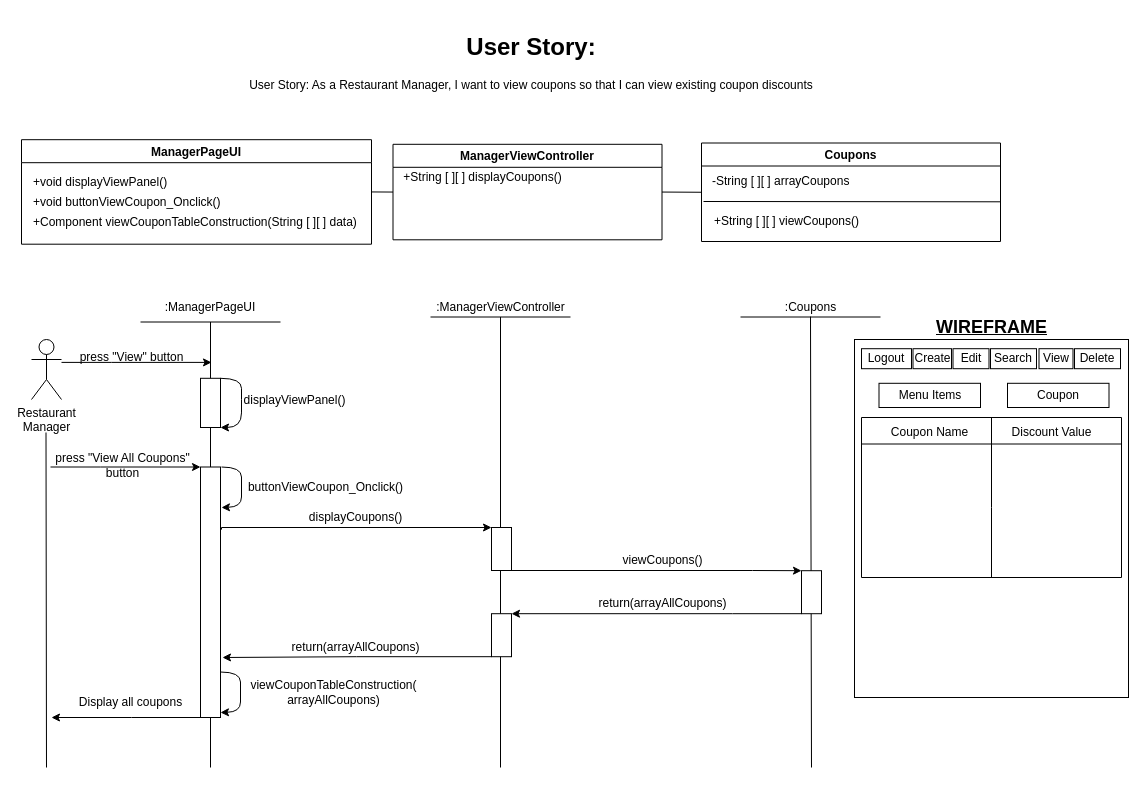
The draw.io diagram BCE_UML_and_Diagrams/RestaurantManager/RestaurantManager_ViewCoupons(#422)/UserStory#422_ViewCoupon.drawio in extred5700/JAVAGUI-Restaurant-Table-Order-System, before the edit. Source tidied: cells renumbered, new cells numbered last; positions are measured from the earlier drawing's top-left corner, leaving out a move shared by most shapes. Both pictures are drawn from the tidied source at 100%, with x=0, y=0 at pixel (21, 27).
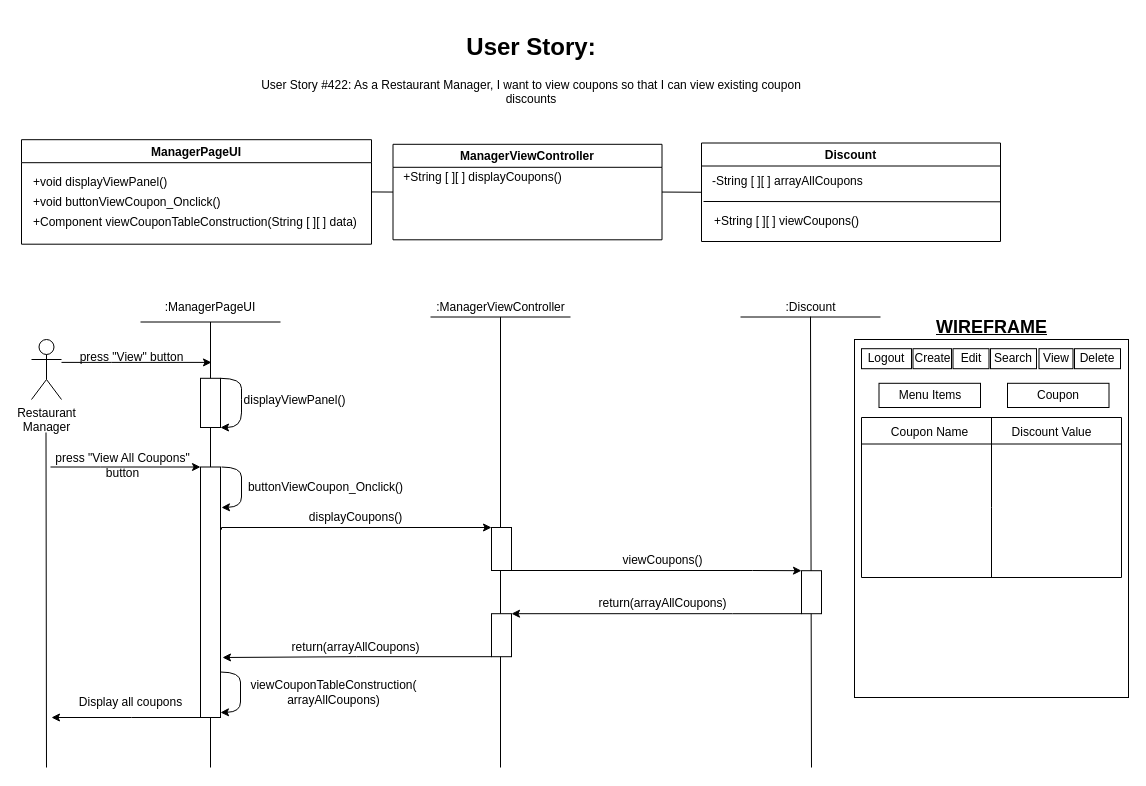
Above is the later version.

What changed in the source:
```diff
@@
-    <mxCell id="2" value="Coupons" style="swimlane;" parent="1" vertex="1">
+    <mxCell id="2" value="Discount" style="swimlane;startSize=23;" parent="1" vertex="1">
       <mxGeometry x="680" y="115.5" width="299" height="98.5" as="geometry" />
     </mxCell>
-    <mxCell id="3" value="-String [ ][ ] arrayCoupons" style="text;html=1;align=left;verticalAlign=middle;strokeColor=none;fillColor=none;" parent="2" vertex="1">
-      <mxGeometry x="9" y="28.5" width="150" height="20" as="geometry" />
+    <mxCell id="3" value="-String [ ][ ] arrayAllCoupons" style="text;html=1;align=left;verticalAlign=middle;strokeColor=none;fillColor=none;" parent="2" vertex="1">
+      <mxGeometry x="9" y="28.5" width="170" height="20" as="geometry" />
     </mxCell>
@@
-    <mxCell id="19" value=":Coupons" style="text;html=1;align=center;verticalAlign=middle;points=[];strokeColor=none;fillColor=none;" parent="1" vertex="1">
+    <mxCell id="19" value=":Discount" style="text;html=1;align=center;verticalAlign=middle;points=[];strokeColor=none;fillColor=none;" parent="1" vertex="1">
       <mxGeometry x="754" y="269.5" width="70" height="20" as="geometry" />
     </mxCell>
@@
-    <mxCell id="63" value="&lt;h1&gt;User Story:&lt;br&gt;&lt;/h1&gt;User Story: As a Restaurant Manager, I want to view coupons so that I can view existing coupon discounts" style="text;html=1;strokeColor=none;fillColor=none;spacing=5;spacingTop=-20;whiteSpace=wrap;overflow=hidden;rounded=0;align=center;" parent="1" vertex="1">
+    <mxCell id="63" value="&lt;h1&gt;User Story:&lt;br&gt;&lt;/h1&gt;User Story #422: As a Restaurant Manager, I want to view coupons so that I can view existing coupon discounts" style="text;html=1;strokeColor=none;fillColor=none;spacing=5;spacingTop=-20;whiteSpace=wrap;overflow=hidden;rounded=0;align=center;" parent="1" vertex="1">
       <mxGeometry x="220" width="580" height="100" as="geometry" />
     </mxCell>
```
